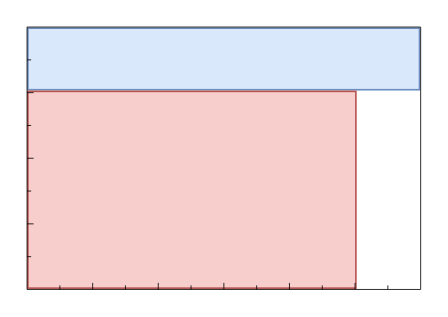
Before: Untitled Diagram.drawio in Hudson-Liu/Diagrams, a draw.io diagram. Source tidied: cells renumbered, new cells numbered last; positions are measured from the earlier drawing's top-left corner, leaving out a move shared by most shapes. Both pictures are drawn from the tidied source at 164%, with x=0, y=0 at pixel (26, 26).
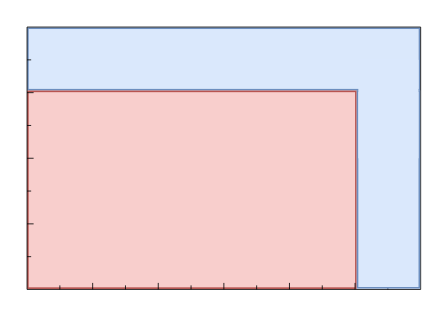
The same diagram, later.

Diff of the diagram source:
```diff
@@
+    <mxCell id="26" style="rounded=0;whiteSpace=wrap;html=1;fillColor=#dae8fc;strokeColor=#6c8ebf;" parent="1" vertex="1">
+      <mxGeometry x="201.5" y="39" width="37.7" height="120" as="geometry" />
+    </mxCell>
+    <mxCell id="27" style="rounded=0;whiteSpace=wrap;html=1;fillColor=#dae8fc;strokeColor=none;" parent="1" vertex="1">
+      <mxGeometry x="202" y="20" width="36.7" height="60" as="geometry" />
+    </mxCell>
```
